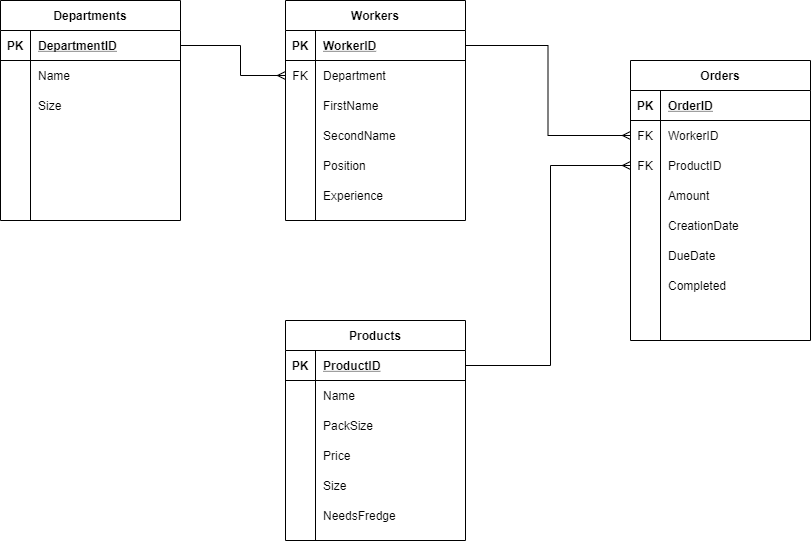
This is lab1/Model-Страница 1.png from alena-zayts/BMSTU_5sem_databases, a draw.io export, as it was before one commit. Source tidied: cells renumbered, new cells last; positions are measured from the earlier drawing's top-left corner, leaving out a move shared by most shapes.
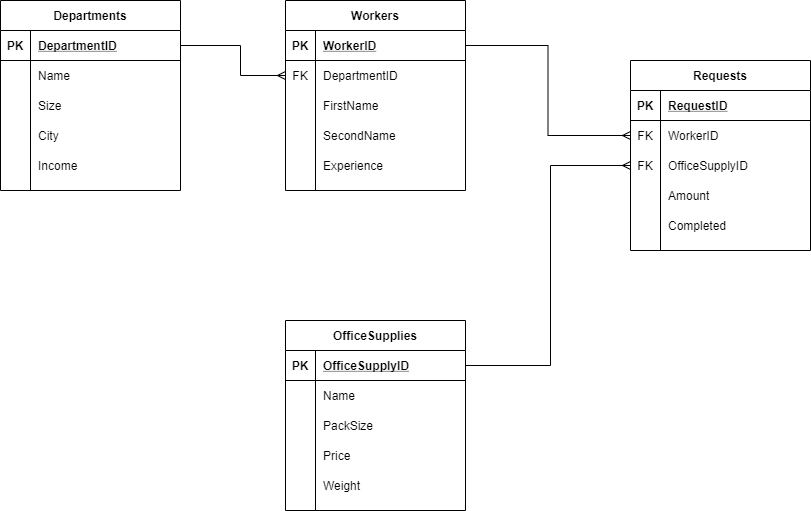
Later version of the same file.

Diff of the diagram source:
```diff
@@ -2,8 +2,8 @@
   <root>
     <mxCell id="0" />
     <mxCell id="1" parent="0" />
-    <mxCell id="2" value="Orders" style="shape=table;startSize=30;rowLines=0;fontStyle=1;align=center;" parent="1" vertex="1">
-      <mxGeometry x="630" y="60" width="180" height="280" as="geometry" />
+    <mxCell id="2" value="Requests" style="shape=table;startSize=30;rowLines=0;fontStyle=1;align=center;" parent="1" vertex="1">
+      <mxGeometry x="630" y="60" width="180" height="190" as="geometry" />
     </mxCell>
     <mxCell id="3" style="shape=partialRectangle;fillColor=none;top=0;left=0;bottom=1;right=0;" parent="2" vertex="1">
       <mxGeometry y="30" width="180" height="30" as="geometry" />
@@ -11,7 +11,7 @@
     <mxCell id="4" value="PK" style="shape=partialRectangle;fillColor=none;top=0;left=0;bottom=0;right=0;fontStyle=1;overflow=hidden;" parent="3" vertex="1">
       <mxGeometry width="30" height="30" as="geometry" />
     </mxCell>
-    <mxCell id="5" value="OrderID" style="shape=partialRectangle;fillColor=none;top=0;left=0;bottom=0;right=0;align=left;spacingLeft=6;fontStyle=5;overflow=hidden;" parent="3" vertex="1">
+    <mxCell id="5" value="RequestID" style="shape=partialRectangle;fillColor=none;top=0;left=0;bottom=0;right=0;align=left;spacingLeft=6;fontStyle=5;overflow=hidden;" parent="3" vertex="1">
       <mxGeometry x="30" width="150" height="30" as="geometry" />
     </mxCell>
     <mxCell id="6" style="shape=partialRectangle;fillColor=none;top=0;left=0;bottom=0;right=0;points=[[0,0.5],[1,0.5]];portConstraint=eastwest;" parent="2" vertex="1">
@@ -29,7 +29,7 @@
     <mxCell id="10" value="FK" style="shape=partialRectangle;fillColor=none;top=0;left=0;bottom=0;right=0;overflow=hidden;" parent="9" vertex="1">
       <mxGeometry width="30" height="30" as="geometry" />
     </mxCell>
-    <mxCell id="11" value="ProductID" style="shape=partialRectangle;fillColor=none;top=0;left=0;bottom=0;right=0;align=left;spacingLeft=6;overflow=hidden;" parent="9" vertex="1">
+    <mxCell id="11" value="OfficeSupplyID" style="shape=partialRectangle;fillColor=none;top=0;left=0;bottom=0;right=0;align=left;spacingLeft=6;overflow=hidden;" parent="9" vertex="1">
       <mxGeometry x="30" width="150" height="30" as="geometry" />
     </mxCell>
     <mxCell id="12" style="shape=partialRectangle;fillColor=none;top=0;left=0;bottom=0;right=0;" parent="2" vertex="1">
@@ -41,26 +41,8 @@
     <mxCell id="14" value="Amount" style="shape=partialRectangle;fillColor=none;top=0;left=0;bottom=0;right=0;align=left;spacingLeft=6;overflow=hidden;" parent="12" vertex="1">
       <mxGeometry x="30" width="150" height="30" as="geometry" />
     </mxCell>
-    <mxCell id="15" style="shape=partialRectangle;fillColor=none;top=0;left=0;bottom=0;right=0;" parent="2" vertex="1">
-      <mxGeometry y="150" width="180" height="30" as="geometry" />
-    </mxCell>
-    <mxCell id="16" style="shape=partialRectangle;fillColor=none;top=0;left=0;bottom=0;right=0;overflow=hidden;" parent="15" vertex="1">
-      <mxGeometry width="30" height="30" as="geometry" />
-    </mxCell>
-    <mxCell id="17" value="CreationDate" style="shape=partialRectangle;fillColor=none;top=0;left=0;bottom=0;right=0;align=left;spacingLeft=6;overflow=hidden;" parent="15" vertex="1">
-      <mxGeometry x="30" width="150" height="30" as="geometry" />
-    </mxCell>
-    <mxCell id="18" style="shape=partialRectangle;fillColor=none;top=0;left=0;bottom=0;right=0;" parent="2" vertex="1">
-      <mxGeometry y="180" width="180" height="30" as="geometry" />
-    </mxCell>
-    <mxCell id="19" style="shape=partialRectangle;fillColor=none;top=0;left=0;bottom=0;right=0;overflow=hidden;" parent="18" vertex="1">
-      <mxGeometry width="30" height="30" as="geometry" />
-    </mxCell>
-    <mxCell id="20" value="DueDate" style="shape=partialRectangle;fillColor=none;top=0;left=0;bottom=0;right=0;align=left;spacingLeft=6;overflow=hidden;" parent="18" vertex="1">
-      <mxGeometry x="30" width="150" height="30" as="geometry" />
-    </mxCell>
     <mxCell id="21" style="shape=partialRectangle;fillColor=none;top=0;left=0;bottom=0;right=0;" parent="2" vertex="1">
-      <mxGeometry y="210" width="180" height="30" as="geometry" />
+      <mxGeometry y="150" width="180" height="30" as="geometry" />
     </mxCell>
     <mxCell id="22" style="shape=partialRectangle;fillColor=none;top=0;left=0;bottom=0;right=0;overflow=hidden;" parent="21" vertex="1">
       <mxGeometry width="30" height="30" as="geometry" />
@@ -68,20 +50,11 @@
     <mxCell id="23" value="Completed" style="shape=partialRectangle;fillColor=none;top=0;left=0;bottom=0;right=0;align=left;spacingLeft=6;overflow=hidden;" parent="21" vertex="1">
       <mxGeometry x="30" width="150" height="30" as="geometry" />
     </mxCell>
-    <mxCell id="24" style="shape=partialRectangle;fillColor=none;top=0;left=0;bottom=0;right=0;" parent="2" vertex="1">
-      <mxGeometry y="240" width="180" height="30" as="geometry" />
-    </mxCell>
-    <mxCell id="25" style="shape=partialRectangle;fillColor=none;top=0;left=0;bottom=0;right=0;overflow=hidden;" parent="24" vertex="1">
-      <mxGeometry width="30" height="30" as="geometry" />
-    </mxCell>
-    <mxCell id="26" style="shape=partialRectangle;fillColor=none;top=0;left=0;bottom=0;right=0;align=left;spacingLeft=6;overflow=hidden;" parent="24" vertex="1">
-      <mxGeometry x="30" width="150" height="30" as="geometry" />
-    </mxCell>
     <mxCell id="27" style="edgeStyle=orthogonalEdgeStyle;rounded=0;jettySize=auto;html=1;exitX=1;exitY=0.5;exitDx=0;exitDy=0;endArrow=ERmany;endFill=0;entryX=0;entryY=0.5;entryDx=0;entryDy=0;" parent="1" edge="1" source="29" target="6">
       <mxGeometry relative="1" as="geometry" />
     </mxCell>
     <mxCell id="28" value="Workers" style="shape=table;startSize=30;rowLines=0;fontStyle=1;align=center;" parent="1" vertex="1">
-      <mxGeometry x="285" width="180" height="220" as="geometry" />
+      <mxGeometry x="285" width="180" height="190" as="geometry" />
     </mxCell>
     <mxCell id="29" style="shape=partialRectangle;fillColor=none;top=0;left=0;bottom=1;right=0;points=[[0,0.5],[1,0.5]];portConstraint=eastwest;" parent="28" vertex="1">
       <mxGeometry y="30" width="180" height="30" as="geometry" />
@@ -98,7 +71,7 @@
     <mxCell id="33" value="FK" style="shape=partialRectangle;fillColor=none;top=0;left=0;bottom=0;right=0;overflow=hidden;" parent="32" vertex="1">
       <mxGeometry width="30" height="30" as="geometry" />
     </mxCell>
-    <mxCell id="34" value="Department" style="shape=partialRectangle;fillColor=none;top=0;left=0;bottom=0;right=0;align=left;spacingLeft=6;overflow=hidden;" parent="32" vertex="1">
+    <mxCell id="34" value="DepartmentID" style="shape=partialRectangle;fillColor=none;top=0;left=0;bottom=0;right=0;align=left;spacingLeft=6;overflow=hidden;" parent="32" vertex="1">
       <mxGeometry x="30" width="150" height="30" as="geometry" />
     </mxCell>
     <mxCell id="35" style="shape=partialRectangle;fillColor=none;top=0;left=0;bottom=0;right=0;" parent="28" vertex="1">
@@ -119,17 +92,8 @@
     <mxCell id="40" value="SecondName" style="shape=partialRectangle;fillColor=none;top=0;left=0;bottom=0;right=0;align=left;spacingLeft=6;overflow=hidden;" parent="38" vertex="1">
       <mxGeometry x="30" width="150" height="30" as="geometry" />
     </mxCell>
-    <mxCell id="41" style="shape=partialRectangle;fillColor=none;top=0;left=0;bottom=0;right=0;" parent="28" vertex="1">
-      <mxGeometry y="150" width="180" height="30" as="geometry" />
-    </mxCell>
-    <mxCell id="42" style="shape=partialRectangle;fillColor=none;top=0;left=0;bottom=0;right=0;overflow=hidden;" parent="41" vertex="1">
-      <mxGeometry width="30" height="30" as="geometry" />
-    </mxCell>
-    <mxCell id="43" value="Position" style="shape=partialRectangle;fillColor=none;top=0;left=0;bottom=0;right=0;align=left;spacingLeft=6;overflow=hidden;" parent="41" vertex="1">
-      <mxGeometry x="30" width="150" height="30" as="geometry" />
-    </mxCell>
     <mxCell id="44" style="shape=partialRectangle;fillColor=none;top=0;left=0;bottom=0;right=0;" parent="28" vertex="1">
-      <mxGeometry y="180" width="180" height="30" as="geometry" />
+      <mxGeometry y="150" width="180" height="30" as="geometry" />
     </mxCell>
     <mxCell id="45" style="shape=partialRectangle;fillColor=none;top=0;left=0;bottom=0;right=0;overflow=hidden;" parent="44" vertex="1">
       <mxGeometry width="30" height="30" as="geometry" />
@@ -145,8 +109,8 @@
         </Array>
       </mxGeometry>
     </mxCell>
-    <mxCell id="48" value="Products" style="shape=table;startSize=30;rowLines=0;fontStyle=1;align=center;" parent="1" vertex="1">
-      <mxGeometry x="285" y="320" width="180" height="220" as="geometry" />
+    <mxCell id="48" value="OfficeSupplies" style="shape=table;startSize=30;rowLines=0;fontStyle=1;align=center;" parent="1" vertex="1">
+      <mxGeometry x="285" y="320" width="180" height="190" as="geometry" />
     </mxCell>
     <mxCell id="49" style="shape=partialRectangle;fillColor=none;top=0;left=0;bottom=1;right=0;points=[[0,0.5],[1,0.5]];portConstraint=eastwest;" parent="48" vertex="1">
       <mxGeometry y="30" width="180" height="30" as="geometry" />
@@ -154,7 +118,7 @@
     <mxCell id="50" value="PK" style="shape=partialRectangle;fillColor=none;top=0;left=0;bottom=0;right=0;fontStyle=1;overflow=hidden;" parent="49" vertex="1">
       <mxGeometry width="30" height="30" as="geometry" />
     </mxCell>
-    <mxCell id="51" value="ProductID" style="shape=partialRectangle;fillColor=none;top=0;left=0;bottom=0;right=0;align=left;spacingLeft=6;fontStyle=5;overflow=hidden;" parent="49" vertex="1">
+    <mxCell id="51" value="OfficeSupplyID" style="shape=partialRectangle;fillColor=none;top=0;left=0;bottom=0;right=0;align=left;spacingLeft=6;fontStyle=5;overflow=hidden;" parent="49" vertex="1">
       <mxGeometry x="30" width="150" height="30" as="geometry" />
     </mxCell>
     <mxCell id="52" style="shape=partialRectangle;fillColor=none;top=0;left=0;bottom=0;right=0;" parent="48" vertex="1">
@@ -190,20 +154,11 @@
     <mxCell id="62" style="shape=partialRectangle;fillColor=none;top=0;left=0;bottom=0;right=0;overflow=hidden;" parent="61" vertex="1">
       <mxGeometry width="30" height="30" as="geometry" />
     </mxCell>
-    <mxCell id="63" value="Size" style="shape=partialRectangle;fillColor=none;top=0;left=0;bottom=0;right=0;align=left;spacingLeft=6;overflow=hidden;" parent="61" vertex="1">
+    <mxCell id="63" value="Weight" style="shape=partialRectangle;fillColor=none;top=0;left=0;bottom=0;right=0;align=left;spacingLeft=6;overflow=hidden;" parent="61" vertex="1">
       <mxGeometry x="30" width="150" height="30" as="geometry" />
     </mxCell>
-    <mxCell id="64" style="shape=partialRectangle;fillColor=none;top=0;left=0;bottom=0;right=0;" parent="48" vertex="1">
-      <mxGeometry y="180" width="180" height="30" as="geometry" />
-    </mxCell>
-    <mxCell id="65" style="shape=partialRectangle;fillColor=none;top=0;left=0;bottom=0;right=0;overflow=hidden;" parent="64" vertex="1">
-      <mxGeometry width="30" height="30" as="geometry" />
-    </mxCell>
-    <mxCell id="66" value="NeedsFredge" style="shape=partialRectangle;fillColor=none;top=0;left=0;bottom=0;right=0;align=left;spacingLeft=6;overflow=hidden;" parent="64" vertex="1">
-      <mxGeometry x="30" width="150" height="30" as="geometry" />
-    </mxCell>
     <mxCell id="67" value="Departments" style="shape=table;startSize=30;rowLines=0;fontStyle=1;align=center;" parent="1" vertex="1">
-      <mxGeometry width="180" height="220" as="geometry" />
+      <mxGeometry width="180" height="190" as="geometry" />
     </mxCell>
     <mxCell id="68" style="shape=partialRectangle;fillColor=none;top=0;left=0;bottom=1;right=0;points=[[0,0.5],[1,0.5]];portConstraint=eastwest;" parent="67" vertex="1">
       <mxGeometry y="30" width="180" height="30" as="geometry" />
@@ -238,7 +193,7 @@
     <mxCell id="78" style="shape=partialRectangle;fillColor=none;top=0;left=0;bottom=0;right=0;overflow=hidden;" parent="77" vertex="1">
       <mxGeometry width="30" height="30" as="geometry" />
     </mxCell>
-    <mxCell id="79" style="shape=partialRectangle;fillColor=none;top=0;left=0;bottom=0;right=0;align=left;spacingLeft=6;overflow=hidden;" parent="77" vertex="1">
+    <mxCell id="79" value="City" style="shape=partialRectangle;fillColor=none;top=0;left=0;bottom=0;right=0;align=left;spacingLeft=6;overflow=hidden;" parent="77" vertex="1">
       <mxGeometry x="30" width="150" height="30" as="geometry" />
     </mxCell>
     <mxCell id="80" style="shape=partialRectangle;fillColor=none;top=0;left=0;bottom=0;right=0;" parent="67" vertex="1">
@@ -247,18 +202,9 @@
     <mxCell id="81" style="shape=partialRectangle;fillColor=none;top=0;left=0;bottom=0;right=0;overflow=hidden;" parent="80" vertex="1">
       <mxGeometry width="30" height="30" as="geometry" />
     </mxCell>
-    <mxCell id="82" style="shape=partialRectangle;fillColor=none;top=0;left=0;bottom=0;right=0;align=left;spacingLeft=6;overflow=hidden;" parent="80" vertex="1">
+    <mxCell id="82" value="Income" style="shape=partialRectangle;fillColor=none;top=0;left=0;bottom=0;right=0;align=left;spacingLeft=6;overflow=hidden;" parent="80" vertex="1">
       <mxGeometry x="30" width="150" height="30" as="geometry" />
     </mxCell>
-    <mxCell id="83" style="shape=partialRectangle;fillColor=none;top=0;left=0;bottom=0;right=0;" parent="67" vertex="1">
-      <mxGeometry y="180" width="180" height="30" as="geometry" />
-    </mxCell>
-    <mxCell id="84" style="shape=partialRectangle;fillColor=none;top=0;left=0;bottom=0;right=0;overflow=hidden;" parent="83" vertex="1">
-      <mxGeometry width="30" height="30" as="geometry" />
-    </mxCell>
-    <mxCell id="85" style="shape=partialRectangle;fillColor=none;top=0;left=0;bottom=0;right=0;align=left;spacingLeft=6;overflow=hidden;" parent="83" vertex="1">
-      <mxGeometry x="30" width="150" height="30" as="geometry" />
-    </mxCell>
     <mxCell id="86" style="edgeStyle=orthogonalEdgeStyle;rounded=0;jettySize=auto;html=1;exitX=1;exitY=0.5;exitDx=0;exitDy=0;endArrow=ERmany;endFill=0;entryX=0;entryY=0.5;entryDx=0;entryDy=0;" parent="1" edge="1" source="68" target="32">
       <mxGeometry relative="1" as="geometry">
         <Array as="points">
```
